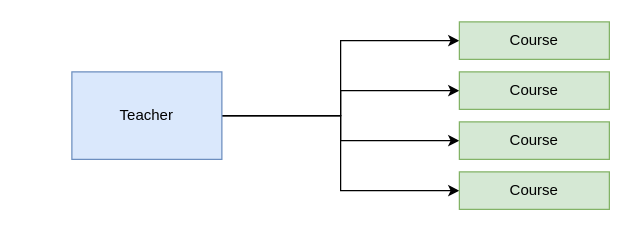
Before: Diagrams/OneToMany.drawio in jeftegoes/java-jpa-overview-and-examples, a draw.io diagram. Source tidied: cells renumbered, new cells numbered last; positions are measured from the earlier drawing's top-left corner, leaving out a move shared by most shapes. Both pictures are drawn from the tidied source at 125%, with x=0, y=0 at pixel (71, 21).
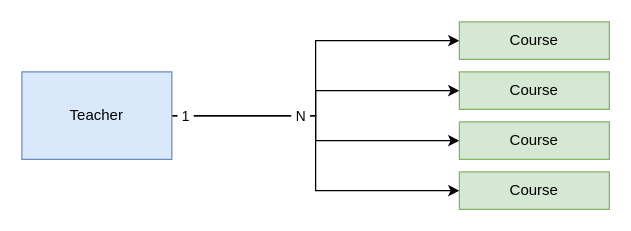
The same page after the edit.

What changed in the source:
```diff
@@
 <mxGraphModel>
   <root>
     <mxCell id="0" />
     <mxCell id="1" parent="0" />
     <mxCell id="2" style="edgeStyle=orthogonalEdgeStyle;rounded=0;jettySize=auto;html=1;entryX=0;entryY=0.5;entryDx=0;entryDy=0;" parent="1" edge="1" source="6" target="7">
       <mxGeometry relative="1" as="geometry" />
     </mxCell>
     <mxCell id="3" style="edgeStyle=orthogonalEdgeStyle;rounded=0;jettySize=auto;html=1;entryX=0;entryY=0.5;entryDx=0;entryDy=0;" parent="1" edge="1" source="6" target="8">
       <mxGeometry relative="1" as="geometry" />
     </mxCell>
     <mxCell id="4" style="edgeStyle=orthogonalEdgeStyle;rounded=0;jettySize=auto;html=1;" parent="1" edge="1" source="6" target="9">
       <mxGeometry relative="1" as="geometry" />
     </mxCell>
     <mxCell id="5" style="edgeStyle=orthogonalEdgeStyle;rounded=0;jettySize=auto;html=1;entryX=0;entryY=0.5;entryDx=0;entryDy=0;" parent="1" edge="1" source="6" target="10">
       <mxGeometry relative="1" as="geometry" />
     </mxCell>
+    <mxCell id="11" value="&amp;nbsp;1&amp;nbsp;" style="edgeLabel;html=1;align=center;verticalAlign=middle;" parent="5" vertex="1">
+      <mxGeometry x="-0.62" relative="1" as="geometry">
+        <mxPoint x="-45" as="offset" />
+      </mxGeometry>
+    </mxCell>
+    <mxCell id="12" value="&amp;nbsp;N&amp;nbsp;" style="edgeLabel;html=1;align=center;verticalAlign=middle;" parent="5" vertex="1">
+      <mxGeometry x="-0.41" relative="1" as="geometry">
+        <mxPoint x="16" as="offset" />
+      </mxGeometry>
+    </mxCell>
     <mxCell id="6" value="Teacher" style="rounded=0;whiteSpace=wrap;html=1;fillColor=#dae8fc;strokeColor=#6c8ebf;" parent="1" vertex="1">
-      <mxGeometry y="40" width="120" height="70" as="geometry" />
+      <mxGeometry x="-40" y="40" width="120" height="70" as="geometry" />
     </mxCell>
     <mxCell id="7" value="Course" style="rounded=0;whiteSpace=wrap;html=1;fillColor=#d5e8d4;strokeColor=#82b366;" parent="1" vertex="1">
       <mxGeometry x="310" width="120" height="30" as="geometry" />
     </mxCell>
     <mxCell id="8" value="Course" style="rounded=0;whiteSpace=wrap;html=1;fillColor=#d5e8d4;strokeColor=#82b366;" parent="1" vertex="1">
       <mxGeometry x="310" y="40" width="120" height="30" as="geometry" />
     </mxCell>
     <mxCell id="9" value="Course" style="rounded=0;whiteSpace=wrap;html=1;fillColor=#d5e8d4;strokeColor=#82b366;" parent="1" vertex="1">
       <mxGeometry x="310" y="80" width="120" height="30" as="geometry" />
     </mxCell>
     <mxCell id="10" value="Course" style="rounded=0;whiteSpace=wrap;html=1;fillColor=#d5e8d4;strokeColor=#82b366;" parent="1" vertex="1">
       <mxGeometry x="310" y="120" width="120" height="30" as="geometry" />
     </mxCell>
   </root>
 </mxGraphModel>
```
